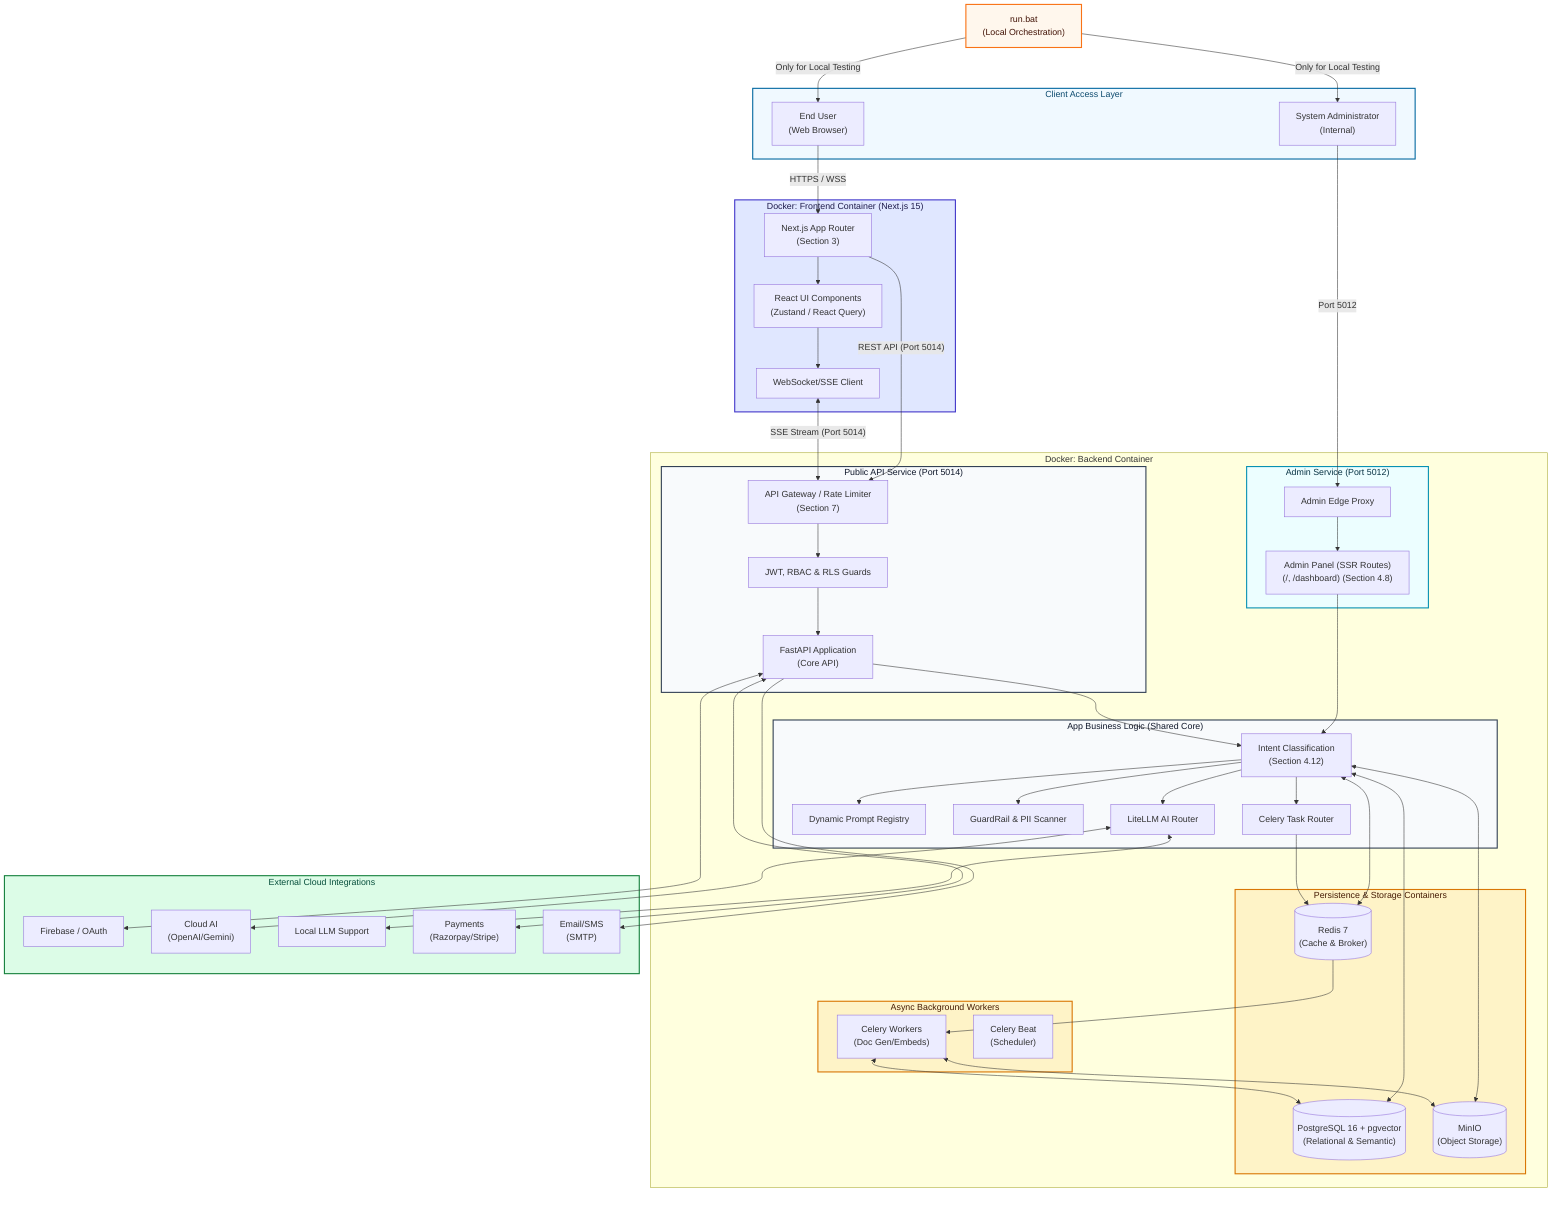
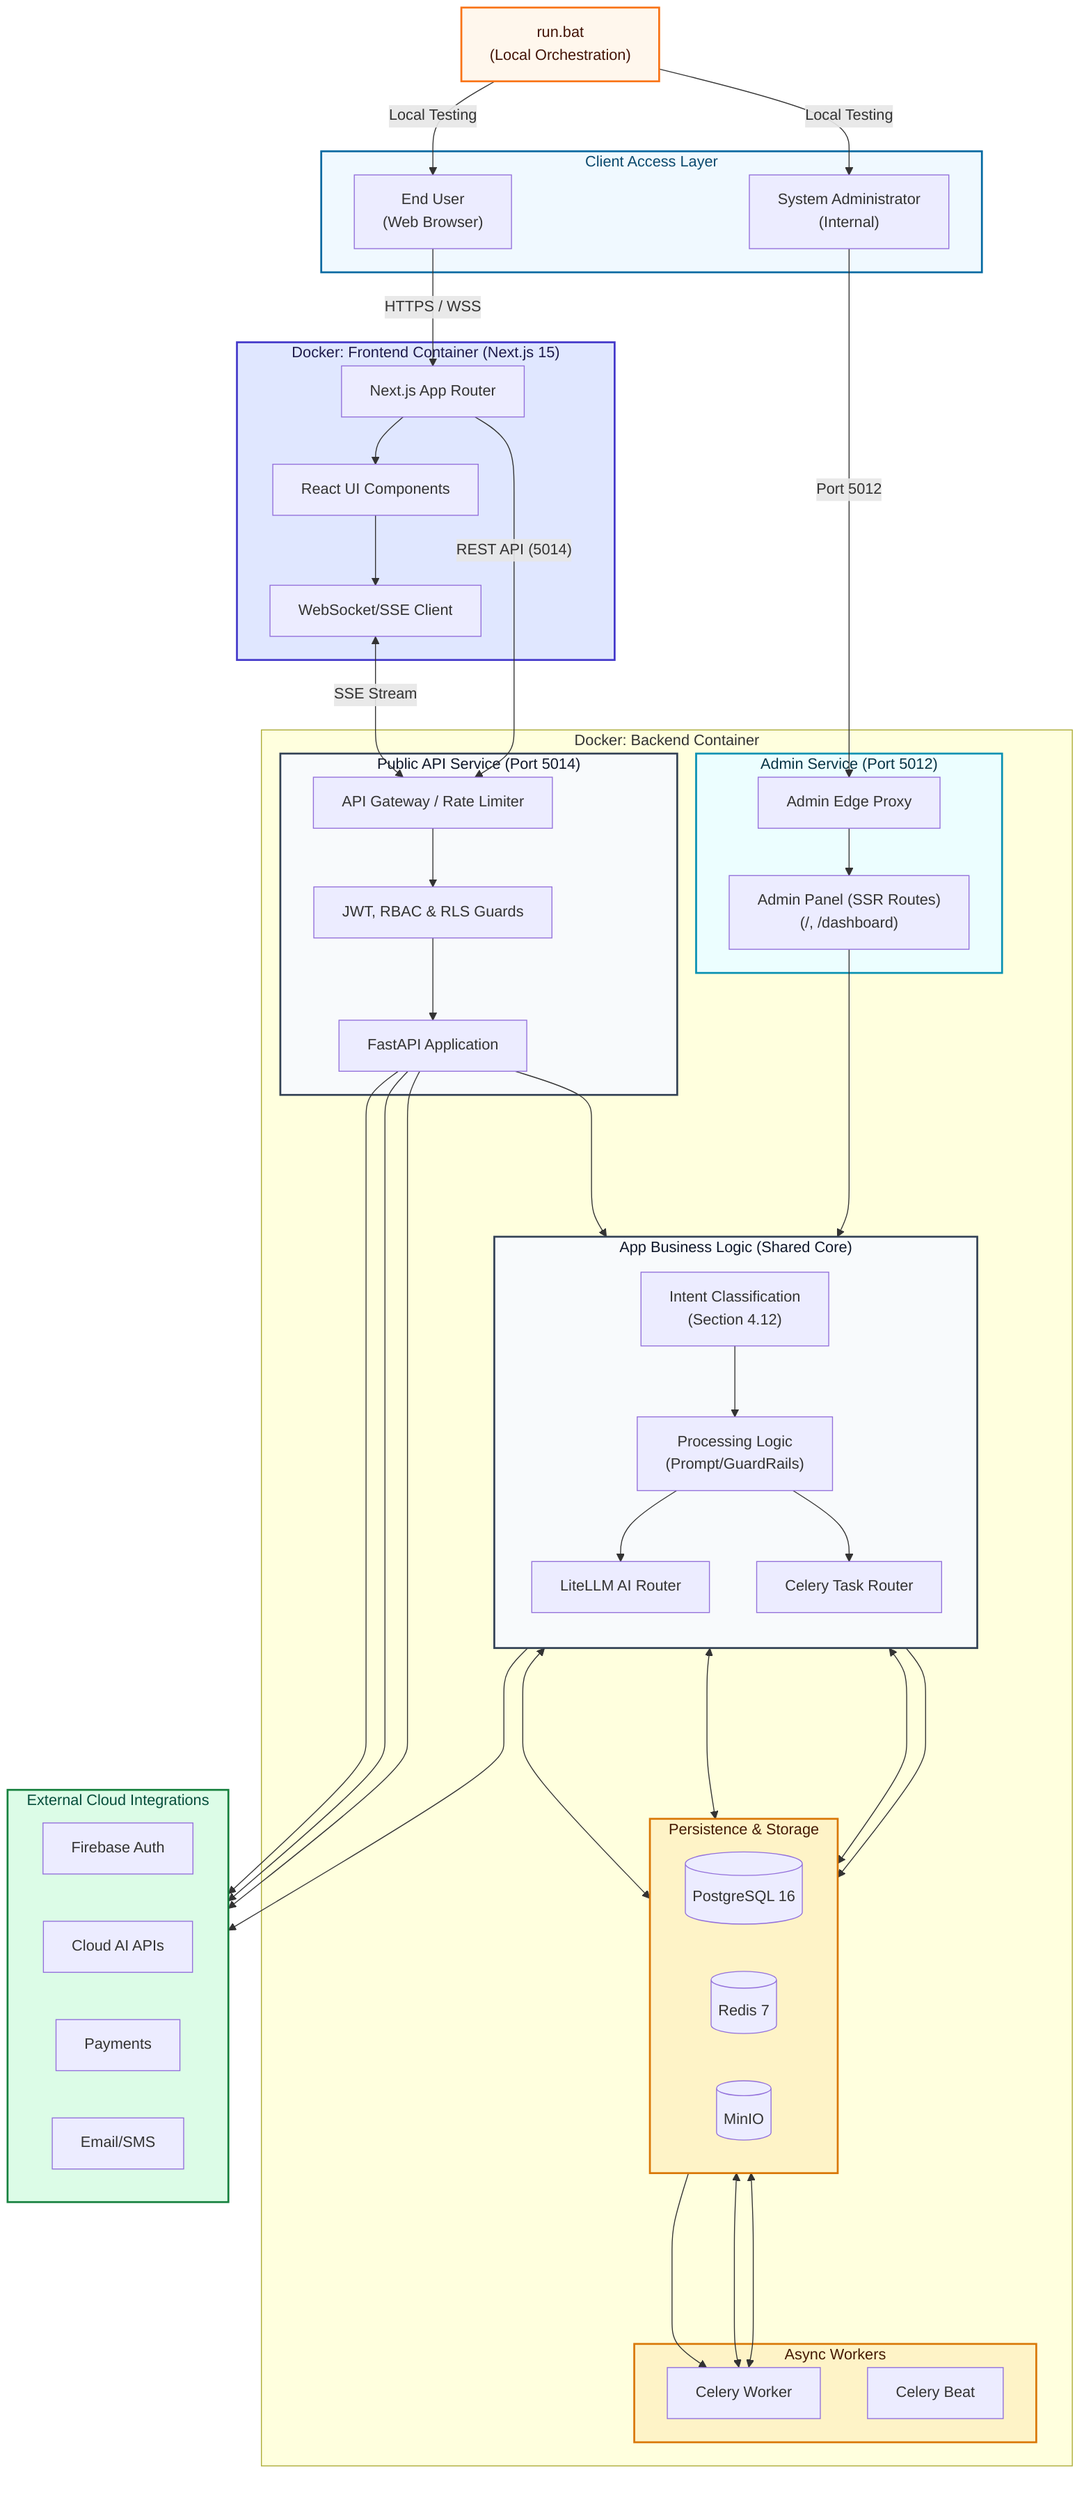
graph TD
-     %% Global Styling & Rich Aesthetics (Vibrant & Distinct)
+     %% Global Styling & Rich Aesthetics
    classDef client fill:#f0f9ff,stroke:#0369a1,stroke-width:2px,color:#0c4a6e
    classDef frontend fill:#e0e7ff,stroke:#4338ca,stroke-width:2px,color:#1e1b4b
    classDef backend fill:#f8fafc,stroke:#334155,stroke-width:2px,color:#0f172a
    classDef infra fill:#fef3c7,stroke:#d97706,stroke-width:2px,color:#451a03
    classDef external fill:#dcfce7,stroke:#15803d,stroke-width:2px,color:#064e3b
    classDef gateway fill:#ecfeff,stroke:#0891b2,stroke-width:2px,color:#083344
    classDef entry fill:#fff7ed,stroke:#f97316,stroke-width:2px,color:#431407

-     %% Local Testing Entry Point
+     %% Entry Point
    run_bat["run.bat<br/>(Local Orchestration)"]
    class run_bat entry

    subgraph Client_Layer ["Client Access Layer"]
        End_User["End User<br/>(Web Browser)"]
        Admin_User["System Administrator<br/>(Internal)"]
    end
    class Client_Layer client

    subgraph Frontend_Container ["Docker: Frontend Container (Next.js 15)"]
-         App_Router["Next.js App Router<br/>(Section 3)"]
-         UI_Components["React UI Components<br/>(Zustand / React Query)"]
+         App_Router["Next.js App Router"]
+         UI_Components["React UI Components"]
        WS_Client["WebSocket/SSE Client"]

        App_Router --> UI_Components
        UI_Components --> WS_Client
    end
    class Frontend_Container frontend

-     subgraph Backend_Docker ["Docker: Backend Container"]
+     subgraph Backend_Docker ["Docker: Backend Container "]

        subgraph Gateway_Admin ["Admin Service (Port 5012)"]
            Edge_Proxy_Admin["Admin Edge Proxy"]
-             Admin_UI_SSR["Admin Panel (SSR Routes)<br/>(/, /dashboard) (Section 4.8)"]
- 
+             Admin_UI_SSR["Admin Panel (SSR Routes)<br/>(/, /dashboard)"]
            Edge_Proxy_Admin --> Admin_UI_SSR
        end
        class Gateway_Admin gateway

        subgraph Backend_API ["Public API Service (Port 5014)"]
-             Edge_Proxy_API["API Gateway / Rate Limiter<br/>(Section 7)"]
+             Edge_Proxy_API["API Gateway / Rate Limiter"]
            JWT_Auth["JWT, RBAC & RLS Guards"]
-             FastAPI_Entry["FastAPI Application<br/>(Core API)"]
+             FastAPI_Entry["FastAPI Application"]

            Edge_Proxy_API --> JWT_Auth
            JWT_Auth --> FastAPI_Entry
        end
        class Backend_API backend

        subgraph Backend_App ["App Business Logic (Shared Core)"]
+             direction TB
            Intent_Engine["Intent Classification<br/>(Section 4.12)"]
-             Prompt_Registry["Dynamic Prompt Registry"]
-             GuardRail_Svc["GuardRail & PII Scanner"]
+             Core_Logic["Processing Logic<br/>(Prompt/GuardRails)"]
            LiteLLM_Router["LiteLLM AI Router"]
            Task_Router["Celery Task Router"]

-             Intent_Engine --> Prompt_Registry
-             Intent_Engine --> GuardRail_Svc
-             Intent_Engine --> LiteLLM_Router
-             Intent_Engine --> Task_Router
+             Intent_Engine --> Core_Logic
+             Core_Logic --> LiteLLM_Router
+             Core_Logic --> Task_Router
        end
        class Backend_App backend

-         subgraph Infrastructure_Nodes ["Persistence & Storage Containers"]
-             Postgres_DB[("PostgreSQL 16 + pgvector<br/>(Relational & Semantic)")]
-             Redis_Nodes[("Redis 7<br/>(Cache & Broker)")]
-             MinIO_Nodes[("MinIO<br/>(Object Storage)")]
+         subgraph Infrastructure_Nodes ["Persistence & Storage"]
+             direction LR
+             Postgres_DB[("PostgreSQL 16")]
+             Redis_Nodes[("Redis 7")]
+             MinIO_Nodes[("MinIO")]
        end
        class Infrastructure_Nodes infra

-         subgraph Task_Processing ["Async Background Workers"]
-             Celery_Worker["Celery Workers<br/>(Doc Gen/Embeds)"]
-             Celery_Beat["Celery Beat<br/>(Scheduler)"]
+         subgraph Task_Processing ["Async Workers"]
+             Celery_Worker["Celery Worker"]
+             Celery_Beat["Celery Beat"]
        end
        class Task_Processing infra
    end

    subgraph External_Services ["External Cloud Integrations"]
-         Firebase_Auth["Firebase / OAuth"]
-         AI_API["Cloud AI<br/>(OpenAI/Gemini)"]
-         Local_Models["Local LLM Support"]
-         Payments["Payments<br/>(Razorpay/Stripe)"]
-         Notifications["Email/SMS<br/>(SMTP)"]
+         direction LR
+         Firebase_Auth["Firebase Auth"]
+         AI_API["Cloud AI APIs"]
+         Payments["Payments"]
+         Notifications["Email/SMS"]
    end
    class External_Services external

-     %% Connections
-     run_bat -- "Only for Local Testing" --> End_User
-     run_bat -- "Only for Local Testing" --> Admin_User
+     %% Connections - Optimized with variable lengths to prevent spaghetti
+     run_bat -- "Local Testing" --> End_User
+     run_bat -- "Local Testing" --> Admin_User

    End_User -->|"HTTPS / WSS"| App_Router
    Admin_User -->|"Port 5012"| Edge_Proxy_Admin

-     App_Router -->|"REST API (Port 5014)"| Edge_Proxy_API
-     WS_Client <-->|"SSE Stream (Port 5014)"| Edge_Proxy_API
+     App_Router -->|"REST API (5014)"| Edge_Proxy_API
+     WS_Client <-->|"SSE Stream"| Edge_Proxy_API

-     Admin_UI_SSR --> Intent_Engine
-     FastAPI_Entry --> Intent_Engine
+     Admin_UI_SSR ----> Intent_Engine
+     FastAPI_Entry ----> Intent_Engine

+     %% Infrastructure Connections
    Intent_Engine <--> Postgres_DB
    Intent_Engine <--> Redis_Nodes
    Intent_Engine <--> MinIO_Nodes

-     Task_Router --> Redis_Nodes
-     Redis_Nodes --> Celery_Worker
+     Task_Router ----> Redis_Nodes
+     Redis_Nodes ----> Celery_Worker
    Celery_Worker <--> Postgres_DB
    Celery_Worker <--> MinIO_Nodes

-     LiteLLM_Router <--> AI_API
-     LiteLLM_Router <--> Local_Models
-     FastAPI_Entry <--> Payments
-     FastAPI_Entry <--> Firebase_Auth
-     FastAPI_Entry --> Notifications+     %% External Connections
+     LiteLLM_Router ----> AI_API
+     FastAPI_Entry ----> Payments
+     FastAPI_Entry ----> Firebase_Auth
+     FastAPI_Entry ----> Notifications